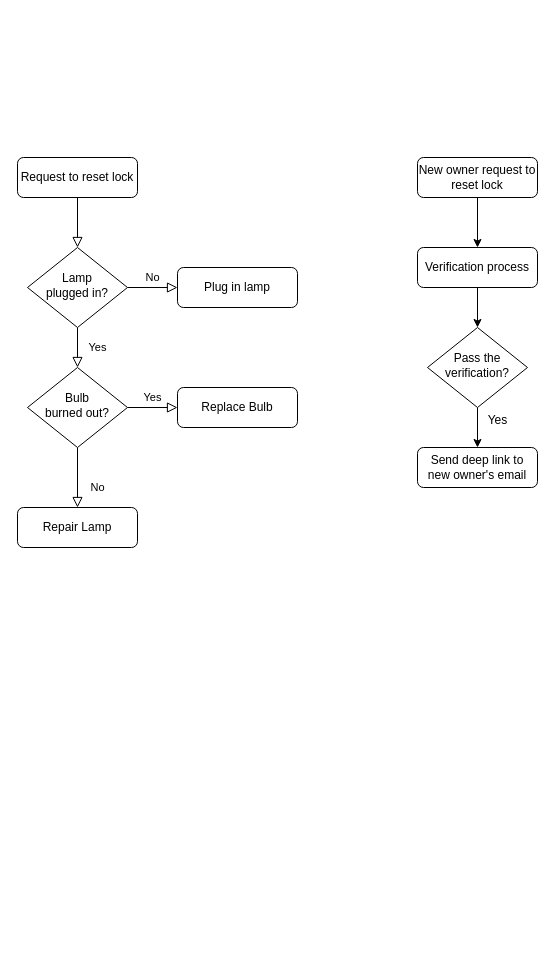
kevin3747118/ALZK keeps this draw.io diagram as 未命名圖表.drawio. Above is the earlier version. Source tidied: cells renumbered, new cells numbered last; positions are measured from the earlier drawing's top-left corner, leaving out a move shared by most shapes. Both pictures are drawn from the tidied source at 100%, with x=0, y=0 at pixel (17, 157).
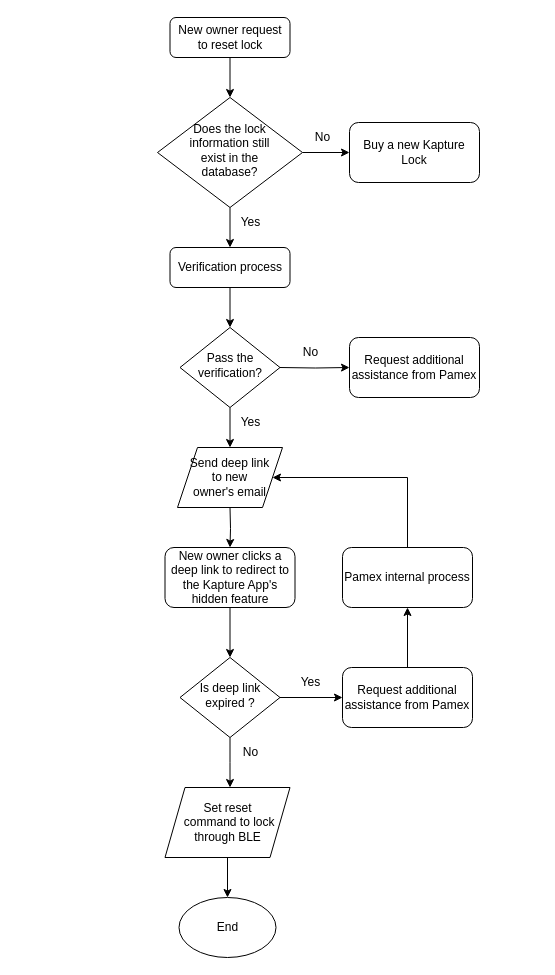
Above is the later version.

Commit message (it also covers changes not shown here):
更新未命名圖表.drawio

What changed in the source:
```diff
@@
-    <mxCell id="2" style="rounded=0;html=1;jettySize=auto;fontSize=11;endArrow=block;endFill=0;endSize=8;strokeWidth=1;shadow=0;labelBackgroundColor=none;edgeStyle=orthogonalEdgeStyle;" parent="1" edge="1" source="3" target="6">
-      <mxGeometry relative="1" as="geometry" />
-    </mxCell>
-    <mxCell id="3" value="Request to reset lock" style="rounded=1;whiteSpace=wrap;html=1;fontSize=12;glass=0;strokeWidth=1;shadow=0;" parent="1" vertex="1">
-      <mxGeometry width="120" height="40" as="geometry" />
-    </mxCell>
-    <mxCell id="4" value="Yes" style="rounded=0;html=1;jettySize=auto;fontSize=11;endArrow=block;endFill=0;endSize=8;strokeWidth=1;shadow=0;labelBackgroundColor=none;edgeStyle=orthogonalEdgeStyle;" parent="1" edge="1" source="6" target="10">
-      <mxGeometry y="20" relative="1" as="geometry" />
-    </mxCell>
-    <mxCell id="5" value="No" style="edgeStyle=orthogonalEdgeStyle;rounded=0;html=1;jettySize=auto;fontSize=11;endArrow=block;endFill=0;endSize=8;strokeWidth=1;shadow=0;labelBackgroundColor=none;" parent="1" edge="1" source="6" target="7">
-      <mxGeometry y="10" relative="1" as="geometry" />
-    </mxCell>
-    <mxCell id="6" value="Lamp&lt;br&gt;plugged in?" style="rhombus;whiteSpace=wrap;html=1;shadow=0;fontFamily=Helvetica;fontSize=12;align=center;strokeWidth=1;spacing=6;spacingTop=-4;" parent="1" vertex="1">
-      <mxGeometry x="10" y="90" width="100" height="80" as="geometry" />
-    </mxCell>
-    <mxCell id="7" value="Plug in lamp" style="rounded=1;whiteSpace=wrap;html=1;fontSize=12;glass=0;strokeWidth=1;shadow=0;" parent="1" vertex="1">
-      <mxGeometry x="160" y="110" width="120" height="40" as="geometry" />
-    </mxCell>
-    <mxCell id="8" value="No" style="rounded=0;html=1;jettySize=auto;fontSize=11;endArrow=block;endFill=0;endSize=8;strokeWidth=1;shadow=0;labelBackgroundColor=none;edgeStyle=orthogonalEdgeStyle;" parent="1" edge="1" source="10" target="11">
-      <mxGeometry x="0.33" y="20" relative="1" as="geometry" />
-    </mxCell>
-    <mxCell id="9" value="Yes" style="edgeStyle=orthogonalEdgeStyle;rounded=0;html=1;jettySize=auto;fontSize=11;endArrow=block;endFill=0;endSize=8;strokeWidth=1;shadow=0;labelBackgroundColor=none;" parent="1" edge="1" source="10" target="12">
-      <mxGeometry y="10" relative="1" as="geometry" />
-    </mxCell>
-    <mxCell id="10" value="Bulb&lt;br&gt;burned out?" style="rhombus;whiteSpace=wrap;html=1;shadow=0;fontFamily=Helvetica;fontSize=12;align=center;strokeWidth=1;spacing=6;spacingTop=-4;" parent="1" vertex="1">
-      <mxGeometry x="10" y="210" width="100" height="80" as="geometry" />
-    </mxCell>
-    <mxCell id="11" value="Repair Lamp" style="rounded=1;whiteSpace=wrap;html=1;fontSize=12;glass=0;strokeWidth=1;shadow=0;" parent="1" vertex="1">
-      <mxGeometry y="350" width="120" height="40" as="geometry" />
-    </mxCell>
-    <mxCell id="12" value="Replace Bulb" style="rounded=1;whiteSpace=wrap;html=1;fontSize=12;glass=0;strokeWidth=1;shadow=0;" parent="1" vertex="1">
-      <mxGeometry x="160" y="230" width="120" height="40" as="geometry" />
-    </mxCell>
-    <mxCell id="13" style="edgeStyle=orthogonalEdgeStyle;rounded=0;jettySize=auto;html=1;exitX=0.5;exitY=1;exitDx=0;exitDy=0;entryX=0.5;entryY=0;entryDx=0;entryDy=0;" parent="1" edge="1" source="14" target="16">
-      <mxGeometry relative="1" as="geometry" />
-    </mxCell>
+    <mxCell id="21" style="edgeStyle=orthogonalEdgeStyle;rounded=0;jettySize=auto;html=1;exitX=0.5;exitY=1;exitDx=0;exitDy=0;entryX=0.5;entryY=0;entryDx=0;entryDy=0;" parent="1" edge="1" source="14" target="33">
+      <mxGeometry relative="1" as="geometry" />
+    </mxCell>
-    <mxCell id="14" value="New owner request to reset lock" style="rounded=1;whiteSpace=wrap;html=1;fontSize=12;glass=0;strokeWidth=1;shadow=0;" parent="1" vertex="1">
-      <mxGeometry x="400" width="120" height="40" as="geometry" />
+    <mxCell id="14" value="New owner request &lt;br&gt;to reset lock" style="rounded=1;whiteSpace=wrap;html=1;fontSize=12;glass=0;strokeWidth=1;shadow=0;" parent="1" vertex="1">
+      <mxGeometry x="152.5" y="-140" width="120" height="40" as="geometry" />
     </mxCell>
-    <mxCell id="15" style="edgeStyle=orthogonalEdgeStyle;rounded=0;jettySize=auto;html=1;exitX=0.5;exitY=1;exitDx=0;exitDy=0;" parent="1" edge="1" source="16" target="18">
+    <mxCell id="15" style="edgeStyle=orthogonalEdgeStyle;rounded=0;jettySize=auto;html=1;exitX=0.5;exitY=1;exitDx=0;exitDy=0;entryX=0.5;entryY=0;entryDx=0;entryDy=0;" parent="1" edge="1" source="16" target="18">
       <mxGeometry relative="1" as="geometry" />
     </mxCell>
     <mxCell id="16" value="Verification process" style="rounded=1;whiteSpace=wrap;html=1;fontSize=12;glass=0;strokeWidth=1;shadow=0;" parent="1" vertex="1">
-      <mxGeometry x="400" y="90" width="120" height="40" as="geometry" />
+      <mxGeometry x="152.5" y="90" width="120" height="40" as="geometry" />
     </mxCell>
@@
     <mxCell id="18" value="Pass the verification?" style="rhombus;whiteSpace=wrap;html=1;shadow=0;fontFamily=Helvetica;fontSize=12;align=center;strokeWidth=1;spacing=6;spacingTop=-4;" parent="1" vertex="1">
-      <mxGeometry x="410" y="170" width="100" height="80" as="geometry" />
+      <mxGeometry x="162.5" y="170" width="100" height="80" as="geometry" />
     </mxCell>
+    <mxCell id="22" style="edgeStyle=orthogonalEdgeStyle;rounded=0;jettySize=auto;html=1;exitX=0.5;exitY=1;exitDx=0;exitDy=0;entryX=0.5;entryY=0;entryDx=0;entryDy=0;" parent="1" edge="1" target="27">
+      <mxGeometry relative="1" as="geometry">
+        <mxPoint x="212.5" y="350" as="sourcePoint" />
+      </mxGeometry>
+    </mxCell>
+    <mxCell id="23" style="edgeStyle=orthogonalEdgeStyle;rounded=0;jettySize=auto;html=1;exitX=0.5;exitY=1;exitDx=0;exitDy=0;entryX=0.5;entryY=0;entryDx=0;entryDy=0;" parent="1" edge="1" source="25">
+      <mxGeometry relative="1" as="geometry">
+        <mxPoint x="212.5" y="630" as="targetPoint" />
+      </mxGeometry>
+    </mxCell>
+    <mxCell id="24" style="edgeStyle=orthogonalEdgeStyle;rounded=0;jettySize=auto;html=1;exitX=1;exitY=0.5;exitDx=0;exitDy=0;" parent="1" edge="1" source="25" target="38">
+      <mxGeometry relative="1" as="geometry" />
+    </mxCell>
+    <mxCell id="25" value="Is deep link expired ?" style="rhombus;whiteSpace=wrap;html=1;shadow=0;fontFamily=Helvetica;fontSize=12;align=center;strokeWidth=1;spacing=6;spacingTop=-4;" parent="1" vertex="1">
+      <mxGeometry x="162.5" y="500" width="100" height="80" as="geometry" />
+    </mxCell>
+    <mxCell id="26" style="edgeStyle=orthogonalEdgeStyle;rounded=0;jettySize=auto;html=1;exitX=0.5;exitY=1;exitDx=0;exitDy=0;entryX=0.5;entryY=0;entryDx=0;entryDy=0;" parent="1" edge="1" source="27" target="25">
+      <mxGeometry relative="1" as="geometry" />
+    </mxCell>
+    <mxCell id="27" value="New owner clicks a deep link to redirect to the Kapture App's hidden feature" style="rounded=1;whiteSpace=wrap;html=1;fontSize=12;glass=0;strokeWidth=1;shadow=0;" parent="1" vertex="1">
+      <mxGeometry x="147.5" y="390" width="130" height="60" as="geometry" />
+    </mxCell>
+    <mxCell id="28" value="No" style="text;html=1;align=center;verticalAlign=middle;strokeColor=none;fillColor=none;" parent="1" vertex="1">
+      <mxGeometry x="212.5" y="580" width="40" height="30" as="geometry" />
+    </mxCell>
+    <mxCell id="29" style="edgeStyle=orthogonalEdgeStyle;rounded=0;jettySize=auto;html=1;exitX=0.5;exitY=1;exitDx=0;exitDy=0;entryX=0.5;entryY=0;entryDx=0;entryDy=0;" parent="1" edge="1" source="30" target="36">
+      <mxGeometry relative="1" as="geometry" />
+    </mxCell>
+    <mxCell id="30" value="Set reset&lt;br&gt;&amp;nbsp;command&amp;nbsp;to lock through BLE" style="shape=parallelogram;perimeter=parallelogramPerimeter;whiteSpace=wrap;html=1;fixedSize=1;" parent="1" vertex="1">
+      <mxGeometry x="147.5" y="630" width="125" height="70" as="geometry" />
+    </mxCell>
+    <mxCell id="31" style="edgeStyle=orthogonalEdgeStyle;rounded=0;jettySize=auto;html=1;exitX=0.5;exitY=1;exitDx=0;exitDy=0;entryX=0.5;entryY=0;entryDx=0;entryDy=0;" parent="1" edge="1" source="33" target="16">
+      <mxGeometry relative="1" as="geometry" />
+    </mxCell>
+    <mxCell id="32" style="edgeStyle=orthogonalEdgeStyle;rounded=0;jettySize=auto;html=1;exitX=1;exitY=0.5;exitDx=0;exitDy=0;entryX=0;entryY=0.5;entryDx=0;entryDy=0;" parent="1" edge="1" source="33" target="40">
+      <mxGeometry relative="1" as="geometry" />
+    </mxCell>
+    <mxCell id="33" value="Does the lock information still &lt;br&gt;exist in the &lt;br&gt;database?" style="rhombus;whiteSpace=wrap;html=1;shadow=0;fontFamily=Helvetica;fontSize=12;align=center;strokeWidth=1;spacing=6;spacingTop=-4;" parent="1" vertex="1">
+      <mxGeometry x="140" y="-60" width="145" height="110" as="geometry" />
+    </mxCell>
+    <mxCell id="34" value="Yes" style="text;html=1;align=center;verticalAlign=middle;strokeColor=none;fillColor=none;" parent="1" vertex="1">
+      <mxGeometry x="212.5" y="50" width="40" height="30" as="geometry" />
+    </mxCell>
-    <mxCell id="19" value="Send deep link to new owner's email" style="rounded=1;whiteSpace=wrap;html=1;fontSize=12;glass=0;strokeWidth=1;shadow=0;" parent="1" vertex="1">
-      <mxGeometry x="400" y="290" width="120" height="40" as="geometry" />
+    <mxCell id="19" value="Send deep link &lt;br&gt;to new &lt;br&gt;owner's email" style="shape=parallelogram;perimeter=parallelogramPerimeter;whiteSpace=wrap;html=1;fixedSize=1;" parent="1" vertex="1">
+      <mxGeometry x="160" y="290" width="105" height="60" as="geometry" />
     </mxCell>
-    <mxCell id="20" value="Yes" style="text;html=1;align=center;verticalAlign=middle;strokeColor=none;fillColor=none;" parent="1" vertex="1">
-      <mxGeometry x="460" y="248" width="40" height="30" as="geometry" />
-    </mxCell>
+    <mxCell id="35" value="Yes" style="text;html=1;align=center;verticalAlign=middle;strokeColor=none;fillColor=none;" parent="1" vertex="1">
+      <mxGeometry x="212.5" y="250" width="40" height="30" as="geometry" />
+    </mxCell>
+    <mxCell id="36" value="End" style="ellipse;whiteSpace=wrap;html=1;" parent="1" vertex="1">
+      <mxGeometry x="161.5" y="740" width="97" height="60" as="geometry" />
+    </mxCell>
+    <mxCell id="37" style="edgeStyle=orthogonalEdgeStyle;rounded=0;jettySize=auto;html=1;exitX=0.5;exitY=0;exitDx=0;exitDy=0;entryX=0.5;entryY=1;entryDx=0;entryDy=0;" parent="1" edge="1" source="38" target="46">
+      <mxGeometry relative="1" as="geometry" />
+    </mxCell>
+    <mxCell id="38" value="Request&amp;nbsp;additional assistance from Pamex" style="rounded=1;whiteSpace=wrap;html=1;fontSize=12;glass=0;strokeWidth=1;shadow=0;" parent="1" vertex="1">
+      <mxGeometry x="325" y="510" width="130" height="60" as="geometry" />
+    </mxCell>
+    <mxCell id="39" value="Yes" style="text;html=1;align=center;verticalAlign=middle;strokeColor=none;fillColor=none;" parent="1" vertex="1">
+      <mxGeometry x="272.5" y="510" width="40" height="30" as="geometry" />
+    </mxCell>
+    <mxCell id="40" value="Buy a new Kapture Lock" style="rounded=1;whiteSpace=wrap;html=1;fontSize=12;glass=0;strokeWidth=1;shadow=0;" parent="1" vertex="1">
+      <mxGeometry x="332" y="-35" width="130" height="60" as="geometry" />
+    </mxCell>
+    <mxCell id="41" value="No" style="text;html=1;align=center;verticalAlign=middle;strokeColor=none;fillColor=none;" parent="1" vertex="1">
+      <mxGeometry x="285" y="-35" width="40" height="30" as="geometry" />
+    </mxCell>
+    <mxCell id="42" style="edgeStyle=orthogonalEdgeStyle;rounded=0;jettySize=auto;html=1;exitX=1;exitY=0.5;exitDx=0;exitDy=0;" parent="1" edge="1" target="43">
+      <mxGeometry relative="1" as="geometry">
+        <mxPoint x="262.5" y="210" as="sourcePoint" />
+      </mxGeometry>
+    </mxCell>
+    <mxCell id="43" value="Request&amp;nbsp;additional assistance from Pamex" style="rounded=1;whiteSpace=wrap;html=1;fontSize=12;glass=0;strokeWidth=1;shadow=0;" parent="1" vertex="1">
+      <mxGeometry x="332" y="180" width="130" height="60" as="geometry" />
+    </mxCell>
+    <mxCell id="44" value="No" style="text;html=1;align=center;verticalAlign=middle;strokeColor=none;fillColor=none;" parent="1" vertex="1">
+      <mxGeometry x="272.5" y="180" width="40" height="30" as="geometry" />
+    </mxCell>
+    <mxCell id="45" style="edgeStyle=orthogonalEdgeStyle;rounded=0;jettySize=auto;html=1;exitX=0.5;exitY=0;exitDx=0;exitDy=0;entryX=1;entryY=0.5;entryDx=0;entryDy=0;" parent="1" edge="1" source="46" target="19">
+      <mxGeometry relative="1" as="geometry">
+        <Array as="points">
+          <mxPoint x="390" y="320" />
+        </Array>
+      </mxGeometry>
+    </mxCell>
+    <mxCell id="46" value="Pamex internal process" style="rounded=1;whiteSpace=wrap;html=1;fontSize=12;glass=0;strokeWidth=1;shadow=0;" parent="1" vertex="1">
+      <mxGeometry x="325" y="390" width="130" height="60" as="geometry" />
+    </mxCell>
```
